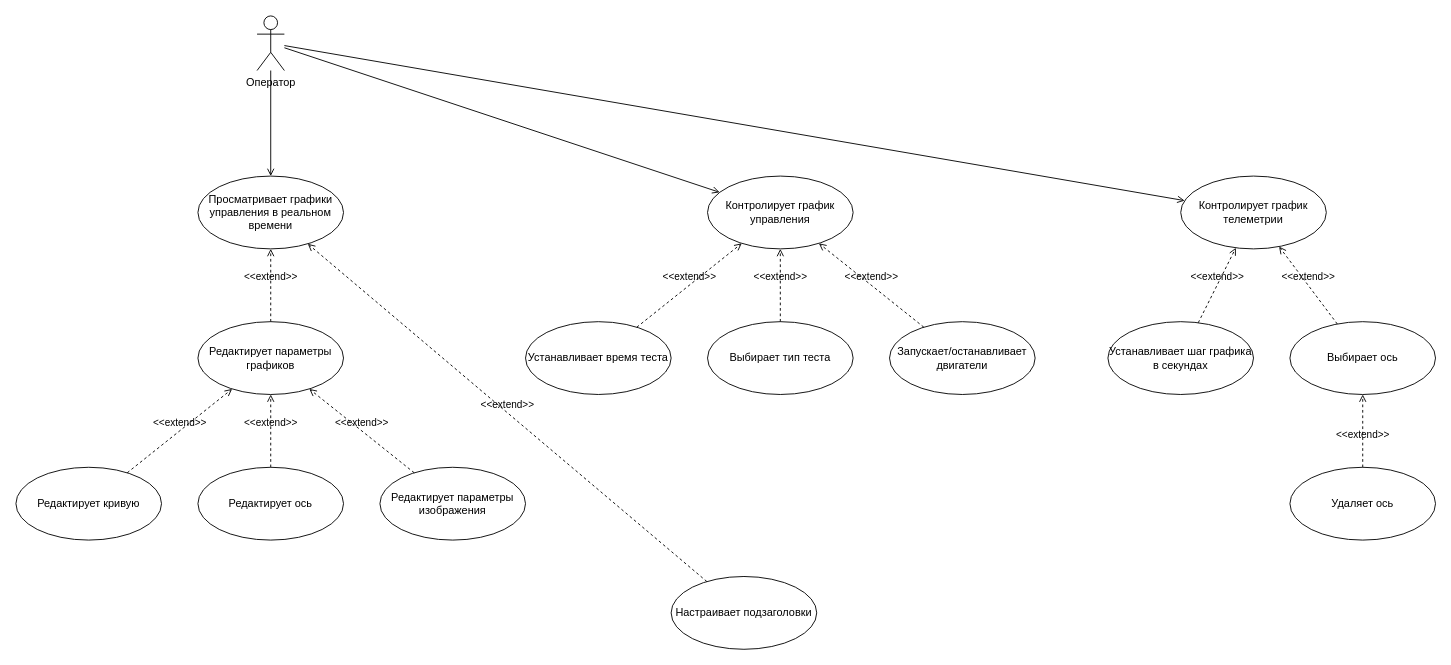
Above: docs/diagrams/analytics-artifacts.drawio in TarkWight/uas-test-system (draw.io), before the change. Source tidied: cells renumbered, new cells numbered last; positions are measured from the earlier drawing's top-left corner, leaving out a move shared by most shapes. Both pictures are drawn from the tidied source at 91%, with x=0, y=0 at pixel (15, 15).
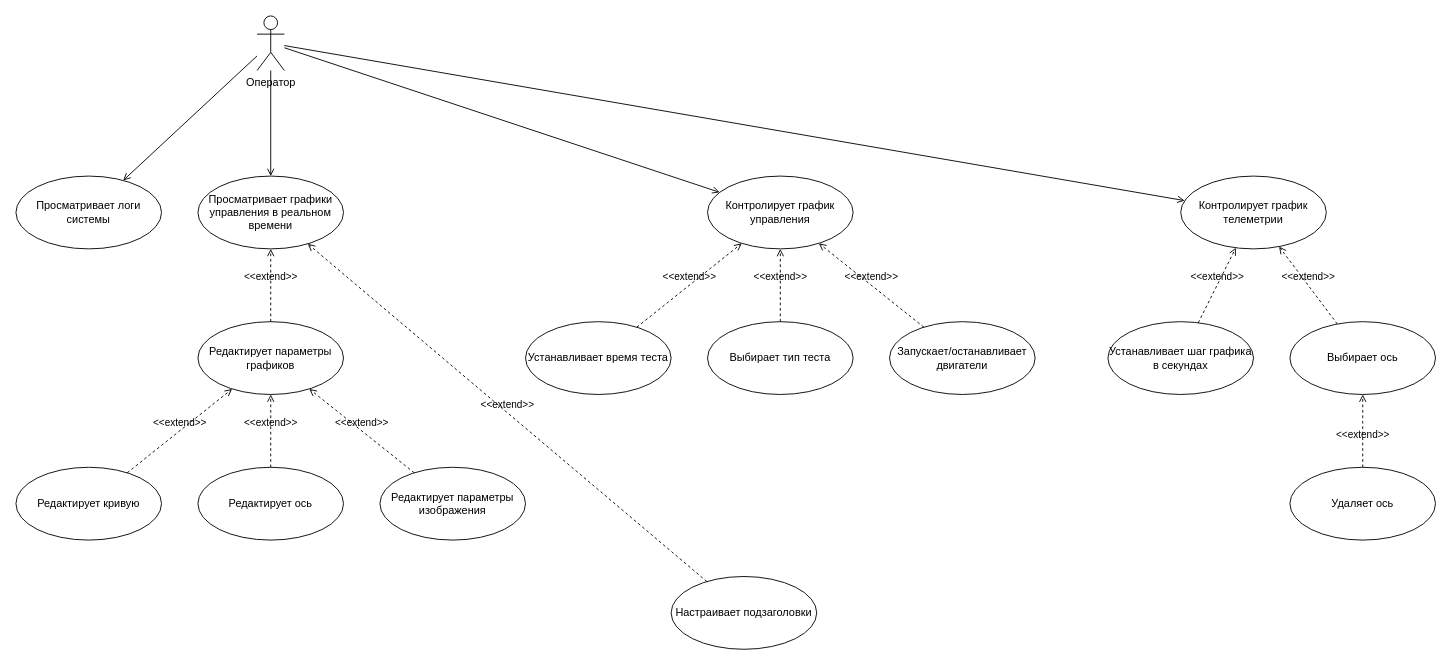
The same diagram, later.

Commit message:
? update UCD: add log viewing flow

The change refers to these unchanged cells:
```xml
<mxCell id="6" value="Оператор" style="shape=umlActor;verticalLabelPosition=bottom;verticalAlign=top;html=1;labelBackgroundColor=none;" parent="1" vertex="1">
  <mxGeometry x="265" width="30" height="60" as="geometry" />
</mxCell>
```

Diff of the diagram source:
```diff
@@
+    <mxCell id="31" value="Просматривает логи системы" style="ellipse;whiteSpace=wrap;html=1;labelBackgroundColor=none;" parent="1" vertex="1">
+      <mxGeometry y="176" width="160" height="80" as="geometry" />
+    </mxCell>
+    <mxCell id="32" style="rounded=0;jettySize=auto;html=1;endArrow=open;endFill=0;" parent="1" edge="1" source="6" target="31">
+      <mxGeometry relative="1" as="geometry" />
+    </mxCell>
```
